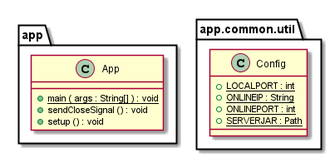
Above: Documentatie/generated-docs/classdiagram.png in asmarahimi246-tech/Project-Intelligente-System-I (PlantUML), before the change.
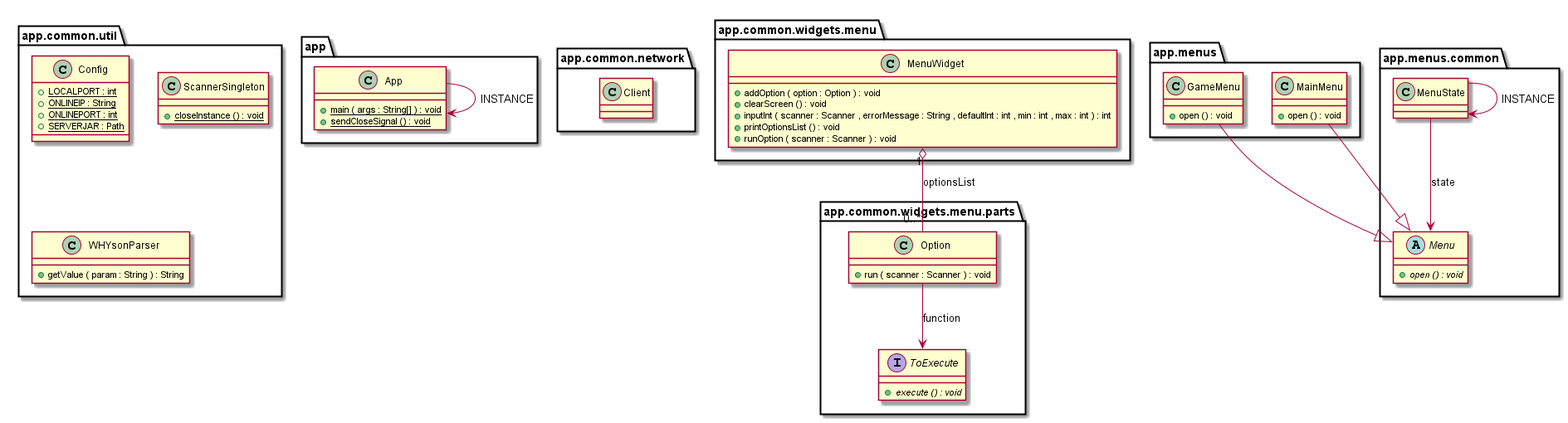
After the commit.

Diff of the diagram source:
```diff
@@ -2,8 +2,11 @@
 
 class app.App {
 	{method}  {static} +main ( args : String[] ) : void
-	{method} +sendCloseSignal () : void
-	{method} +setup () : void
+	{method}  {static} +sendCloseSignal () : void
+}
+
+
+class app.common.network.Client {
 }
 
 
@@ -15,8 +18,63 @@
 }
 
 
+class app.common.util.ScannerSingleton {
+	{method}  {static} +closeInstance () : void
+}
+
+
+class app.common.util.WHYsonParser {
+	{method} +getValue ( param : String ) : String
+}
+
+
+class app.common.widgets.menu.MenuWidget {
+	{method} +addOption ( option : Option ) : void
+	{method} +clearScreen () : void
+	{method} +inputInt ( scanner : Scanner , errorMessage : String , defaultInt : int , min : int , max : int ) : int
+	{method} +printOptionsList () : void
+	{method} +runOption ( scanner : Scanner ) : void
+}
+
+
+class app.common.widgets.menu.parts.Option {
+	{method} +run ( scanner : Scanner ) : void
+}
+
+
+interface app.common.widgets.menu.parts.ToExecute {
+	{method}  {abstract} +execute () : void
+}
+
+
+class app.menus.GameMenu {
+	{method} +open () : void
+}
+
+
+class app.menus.MainMenu {
+	{method} +open () : void
+}
+
+
+abstract class app.menus.common.Menu {
+	{method}  {abstract} +open () : void
+}
+
+
+class app.menus.common.MenuState {
+}
 
 
 
 
+app.App -->  app.App : INSTANCE
+app.common.widgets.menu.MenuWidget "1" o-- "0..*"  app.common.widgets.menu.parts.Option : optionsList
+app.common.widgets.menu.parts.Option -->  app.common.widgets.menu.parts.ToExecute : function
+app.menus.GameMenu --|>  app.menus.common.Menu
+app.menus.MainMenu --|>  app.menus.common.Menu
+app.menus.common.MenuState -->  app.menus.common.Menu : state
+app.menus.common.MenuState -->  app.menus.common.MenuState : INSTANCE
+
+
 @enduml
```
